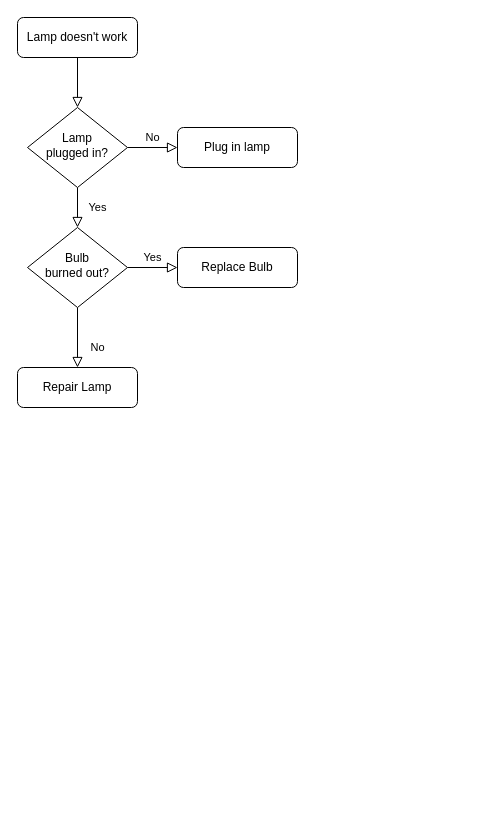
The draw.io diagram Untitled Diagram.drawio.xml in WillTheDeveloper/drawio, before the edit. Source tidied: cells renumbered, new cells numbered last; positions are measured from the earlier drawing's top-left corner, leaving out a move shared by most shapes. Both pictures are drawn from the tidied source at 100%, with x=0, y=0 at pixel (17, 17).
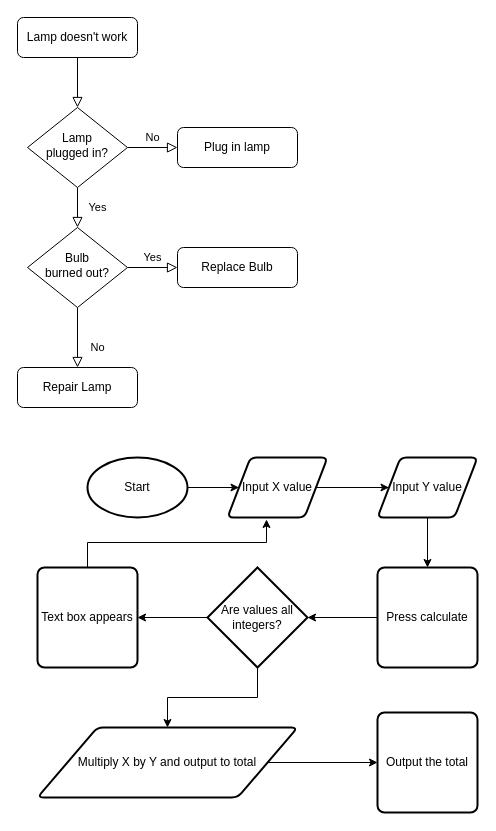
The same diagram, later.

Diff of the diagram source:
```diff
@@
+    <mxCell id="13" style="edgeStyle=orthogonalEdgeStyle;rounded=0;jettySize=auto;html=1;" parent="1" edge="1" source="14" target="16">
+      <mxGeometry relative="1" as="geometry" />
+    </mxCell>
+    <mxCell id="14" value="Start" style="strokeWidth=2;html=1;shape=mxgraph.flowchart.start_1;whiteSpace=wrap;" parent="1" vertex="1">
+      <mxGeometry x="70" y="440" width="100" height="60" as="geometry" />
+    </mxCell>
+    <mxCell id="15" style="edgeStyle=orthogonalEdgeStyle;rounded=0;jettySize=auto;html=1;" parent="1" edge="1" source="16" target="18">
+      <mxGeometry relative="1" as="geometry" />
+    </mxCell>
+    <mxCell id="16" value="Input X value" style="shape=parallelogram;html=1;strokeWidth=2;perimeter=parallelogramPerimeter;whiteSpace=wrap;rounded=1;arcSize=12;size=0.23;" parent="1" vertex="1">
+      <mxGeometry x="210" y="440" width="100" height="60" as="geometry" />
+    </mxCell>
+    <mxCell id="17" style="edgeStyle=orthogonalEdgeStyle;rounded=0;jettySize=auto;html=1;" parent="1" edge="1" source="18" target="20">
+      <mxGeometry relative="1" as="geometry" />
+    </mxCell>
+    <mxCell id="18" value="Input Y value" style="shape=parallelogram;html=1;strokeWidth=2;perimeter=parallelogramPerimeter;whiteSpace=wrap;rounded=1;arcSize=12;size=0.23;" parent="1" vertex="1">
+      <mxGeometry x="360" y="440" width="100" height="60" as="geometry" />
+    </mxCell>
+    <mxCell id="19" style="edgeStyle=orthogonalEdgeStyle;rounded=0;jettySize=auto;html=1;" parent="1" edge="1" source="20" target="25">
+      <mxGeometry relative="1" as="geometry" />
+    </mxCell>
+    <mxCell id="20" value="Press calculate" style="rounded=1;whiteSpace=wrap;html=1;absoluteArcSize=1;arcSize=14;strokeWidth=2;" parent="1" vertex="1">
+      <mxGeometry x="360" y="550" width="100" height="100" as="geometry" />
+    </mxCell>
+    <mxCell id="21" style="edgeStyle=orthogonalEdgeStyle;rounded=0;jettySize=auto;html=1;" parent="1" edge="1" source="22" target="28">
+      <mxGeometry relative="1" as="geometry" />
+    </mxCell>
+    <mxCell id="22" value="Multiply X by Y and output to total" style="shape=parallelogram;html=1;strokeWidth=2;perimeter=parallelogramPerimeter;whiteSpace=wrap;rounded=1;arcSize=12;size=0.23;" parent="1" vertex="1">
+      <mxGeometry x="20" y="710" width="260" height="70" as="geometry" />
+    </mxCell>
+    <mxCell id="23" style="edgeStyle=orthogonalEdgeStyle;rounded=0;jettySize=auto;html=1;" parent="1" edge="1" source="25" target="22">
+      <mxGeometry relative="1" as="geometry" />
+    </mxCell>
+    <mxCell id="24" style="edgeStyle=orthogonalEdgeStyle;rounded=0;jettySize=auto;html=1;" parent="1" edge="1" source="25" target="27">
+      <mxGeometry relative="1" as="geometry" />
+    </mxCell>
+    <mxCell id="25" value="Are values all integers?" style="strokeWidth=2;html=1;shape=mxgraph.flowchart.decision;whiteSpace=wrap;" parent="1" vertex="1">
+      <mxGeometry x="190" y="550" width="100" height="100" as="geometry" />
+    </mxCell>
+    <mxCell id="26" style="edgeStyle=orthogonalEdgeStyle;rounded=0;jettySize=auto;html=1;exitX=0.5;exitY=0;exitDx=0;exitDy=0;entryX=0.39;entryY=1.033;entryDx=0;entryDy=0;entryPerimeter=0;" parent="1" edge="1" source="27" target="16">
+      <mxGeometry relative="1" as="geometry" />
+    </mxCell>
+    <mxCell id="27" value="Text box appears" style="rounded=1;whiteSpace=wrap;html=1;absoluteArcSize=1;arcSize=14;strokeWidth=2;" parent="1" vertex="1">
+      <mxGeometry x="20" y="550" width="100" height="100" as="geometry" />
+    </mxCell>
+    <mxCell id="28" value="Output the total" style="rounded=1;whiteSpace=wrap;html=1;absoluteArcSize=1;arcSize=14;strokeWidth=2;" parent="1" vertex="1">
+      <mxGeometry x="360" y="695" width="100" height="100" as="geometry" />
+    </mxCell>
```
